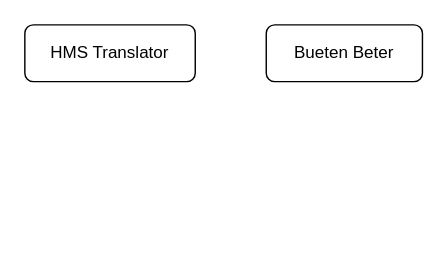
Above: Untitled Diagram.drawio in prakashadabala1/AndroidExamples (draw.io), before the change. Source tidied: cells renumbered, new cells numbered last; positions are measured from the earlier drawing's top-left corner, leaving out a move shared by most shapes. Both pictures are drawn from the tidied source at 142%, with x=0, y=0 at pixel (24, 24).
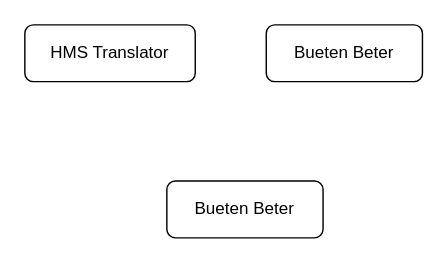
The same page after the edit.

Commit message (it also covers changes not shown here):
Log System

Change to the diagram source:
```diff
@@
 <mxGraphModel>
   <root>
     <mxCell id="0" />
     <mxCell id="1" parent="0" />
     <mxCell id="2" value="HMS Translator" style="rounded=1;whiteSpace=wrap;html=1;fontSize=12;glass=0;strokeWidth=1;shadow=0;" parent="1" vertex="1">
       <mxGeometry width="120" height="40" as="geometry" />
     </mxCell>
     <mxCell id="3" value="Bueten Beter" style="rounded=1;whiteSpace=wrap;html=1;fontSize=12;glass=0;strokeWidth=1;shadow=0;" parent="1" vertex="1">
       <mxGeometry x="170" width="110" height="40" as="geometry" />
     </mxCell>
+    <mxCell id="4" value="Bueten Beter" style="rounded=1;whiteSpace=wrap;html=1;fontSize=12;glass=0;strokeWidth=1;shadow=0;" parent="1" vertex="1">
+      <mxGeometry x="100" y="110" width="110" height="40" as="geometry" />
+    </mxCell>
   </root>
 </mxGraphModel>
```
